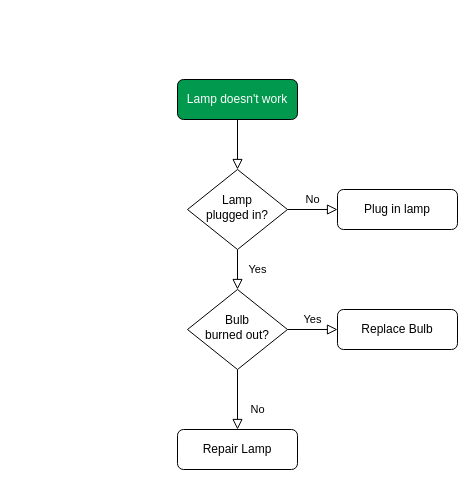
Earlier version of the draw.io diagram Untitled Diagram.drawio (smzajac/draw-diagrams). Source tidied: cells renumbered, new cells numbered last; positions are measured from the earlier drawing's top-left corner, leaving out a move shared by most shapes. Both pictures are drawn from the tidied source at 100%, with x=0, y=0 at pixel (177, 79).
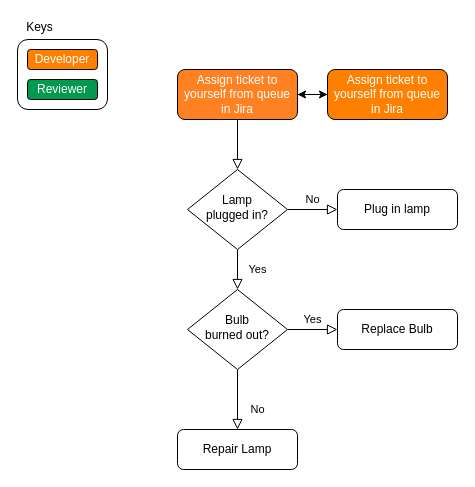
Above is the later version.

Change to the diagram source:
```diff
@@
 <mxGraphModel>
   <root>
     <mxCell id="0" />
     <mxCell id="1" parent="0" />
     <mxCell id="2" style="rounded=0;html=1;jettySize=auto;fontSize=11;endArrow=block;endFill=0;endSize=8;strokeWidth=1;shadow=0;labelBackgroundColor=none;edgeStyle=orthogonalEdgeStyle;" parent="1" edge="1" source="3" target="6">
       <mxGeometry relative="1" as="geometry" />
     </mxCell>
+    <mxCell id="13" style="edgeStyle=orthogonalEdgeStyle;rounded=0;jettySize=auto;html=1;entryX=0;entryY=0.5;entryDx=0;entryDy=0;fontColor=#FFFFFF;" parent="1" edge="1" source="3" target="15">
+      <mxGeometry relative="1" as="geometry" />
+    </mxCell>
-    <mxCell id="3" value="&lt;font color=&quot;#ffffff&quot;&gt;Lamp doesn't work&lt;/font&gt;" style="rounded=1;whiteSpace=wrap;html=1;fontSize=12;glass=0;strokeWidth=1;shadow=0;fillColor=#00994D;" parent="1" vertex="1">
-      <mxGeometry width="120" height="40" as="geometry" />
+    <mxCell id="3" value="&lt;font color=&quot;#ffffff&quot;&gt;Assign ticket to yourself from queue in Jira&lt;/font&gt;" style="rounded=1;whiteSpace=wrap;html=1;fontSize=12;glass=0;strokeWidth=1;shadow=0;fillColor=#FF8121;" parent="1" vertex="1">
+      <mxGeometry y="-10" width="120" height="50" as="geometry" />
     </mxCell>
     <mxCell id="4" value="Yes" style="rounded=0;html=1;jettySize=auto;fontSize=11;endArrow=block;endFill=0;endSize=8;strokeWidth=1;shadow=0;labelBackgroundColor=none;edgeStyle=orthogonalEdgeStyle;" parent="1" edge="1" source="6" target="10">
       <mxGeometry y="20" relative="1" as="geometry" />
     </mxCell>
     <mxCell id="5" value="No" style="edgeStyle=orthogonalEdgeStyle;rounded=0;html=1;jettySize=auto;fontSize=11;endArrow=block;endFill=0;endSize=8;strokeWidth=1;shadow=0;labelBackgroundColor=none;" parent="1" edge="1" source="6" target="7">
       <mxGeometry y="10" relative="1" as="geometry" />
     </mxCell>
     <mxCell id="6" value="Lamp&lt;br&gt;plugged in?" style="rhombus;whiteSpace=wrap;html=1;shadow=0;fontFamily=Helvetica;fontSize=12;align=center;strokeWidth=1;spacing=6;spacingTop=-4;" parent="1" vertex="1">
       <mxGeometry x="10" y="90" width="100" height="80" as="geometry" />
     </mxCell>
     <mxCell id="7" value="Plug in lamp" style="rounded=1;whiteSpace=wrap;html=1;fontSize=12;glass=0;strokeWidth=1;shadow=0;" parent="1" vertex="1">
       <mxGeometry x="160" y="110" width="120" height="40" as="geometry" />
     </mxCell>
     <mxCell id="8" value="No" style="rounded=0;html=1;jettySize=auto;fontSize=11;endArrow=block;endFill=0;endSize=8;strokeWidth=1;shadow=0;labelBackgroundColor=none;edgeStyle=orthogonalEdgeStyle;" parent="1" edge="1" source="10" target="11">
       <mxGeometry x="0.33" y="20" relative="1" as="geometry" />
     </mxCell>
     <mxCell id="9" value="Yes" style="edgeStyle=orthogonalEdgeStyle;rounded=0;html=1;jettySize=auto;fontSize=11;endArrow=block;endFill=0;endSize=8;strokeWidth=1;shadow=0;labelBackgroundColor=none;" parent="1" edge="1" source="10" target="12">
       <mxGeometry y="10" relative="1" as="geometry" />
     </mxCell>
     <mxCell id="10" value="Bulb&lt;br&gt;burned out?" style="rhombus;whiteSpace=wrap;html=1;shadow=0;fontFamily=Helvetica;fontSize=12;align=center;strokeWidth=1;spacing=6;spacingTop=-4;" parent="1" vertex="1">
       <mxGeometry x="10" y="210" width="100" height="80" as="geometry" />
     </mxCell>
     <mxCell id="11" value="Repair Lamp" style="rounded=1;whiteSpace=wrap;html=1;fontSize=12;glass=0;strokeWidth=1;shadow=0;" parent="1" vertex="1">
       <mxGeometry y="350" width="120" height="40" as="geometry" />
     </mxCell>
     <mxCell id="12" value="Replace Bulb" style="rounded=1;whiteSpace=wrap;html=1;fontSize=12;glass=0;strokeWidth=1;shadow=0;" parent="1" vertex="1">
       <mxGeometry x="160" y="230" width="120" height="40" as="geometry" />
     </mxCell>
+    <mxCell id="14" style="edgeStyle=orthogonalEdgeStyle;rounded=0;jettySize=auto;html=1;fontColor=#FFFFFF;" parent="1" edge="1" source="15" target="3">
+      <mxGeometry relative="1" as="geometry" />
+    </mxCell>
+    <mxCell id="15" value="&lt;font color=&quot;#ffffff&quot;&gt;Assign ticket to yourself from queue in Jira&lt;/font&gt;" style="rounded=1;whiteSpace=wrap;html=1;fontSize=12;glass=0;strokeWidth=1;shadow=0;fillColor=#FF8000;" parent="1" vertex="1">
+      <mxGeometry x="150" y="-10" width="120" height="50" as="geometry" />
+    </mxCell>
+    <mxCell id="16" style="rounded=1;whiteSpace=wrap;html=1;fontColor=#FFFFFF;fillColor=#FFFFFF;" parent="1" vertex="1">
+      <mxGeometry x="-160" y="-40" width="90" height="70" as="geometry" />
+    </mxCell>
+    <mxCell id="17" value="Developer" style="rounded=1;whiteSpace=wrap;html=1;fontColor=#FFFFFF;fillColor=#FF8000;" parent="1" vertex="1">
+      <mxGeometry x="-150" y="-30" width="70" height="20" as="geometry" />
+    </mxCell>
+    <mxCell id="18" value="Reviewer" style="rounded=1;whiteSpace=wrap;html=1;fontColor=#FFFFFF;fillColor=#00994D;" parent="1" vertex="1">
+      <mxGeometry x="-150" width="70" height="20" as="geometry" />
+    </mxCell>
+    <mxCell id="19" value="Keys" style="text;html=1;align=center;verticalAlign=middle;fillColor=none;strokeColor=none;rounded=0;fontColor=#000000;shadow=0;" parent="1" vertex="1">
+      <mxGeometry x="-158" y="-62" width="40" height="20" as="geometry" />
+    </mxCell>
   </root>
 </mxGraphModel>
```
